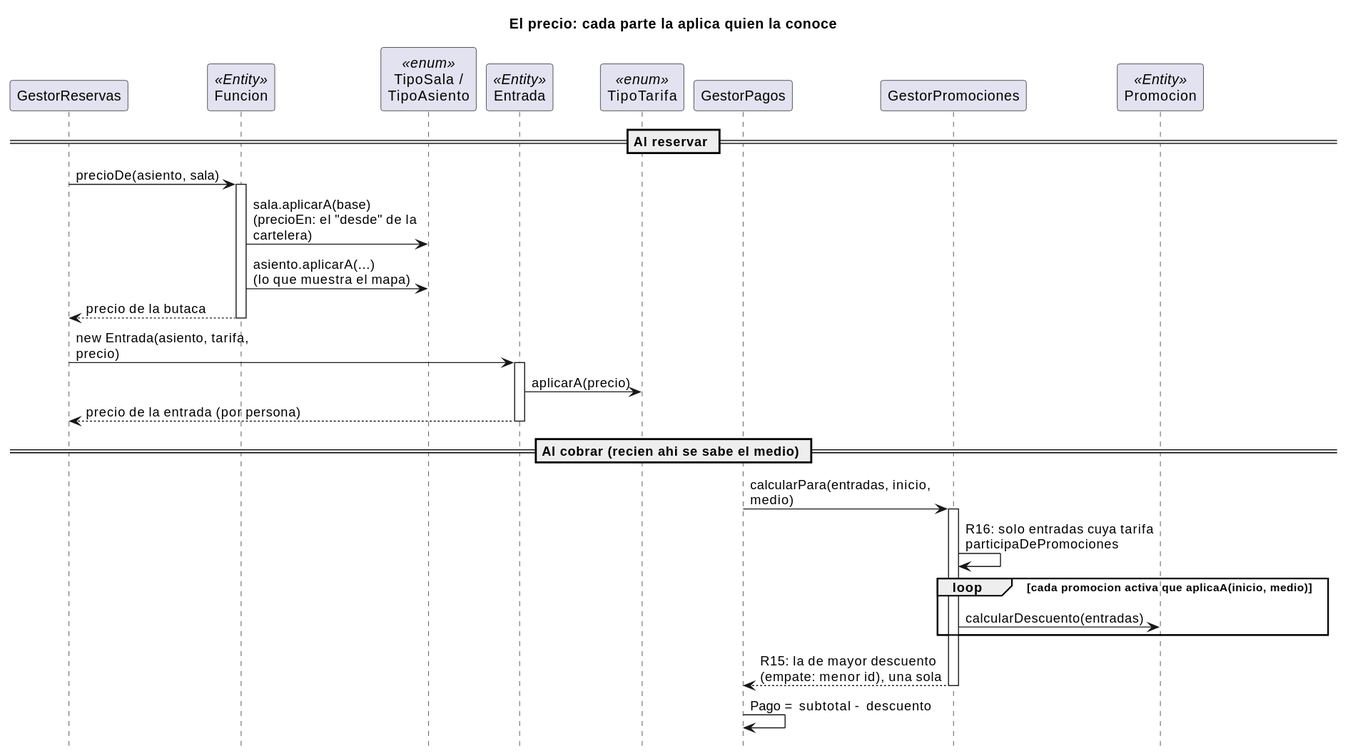
Before: _other/docs/diagramas/precio-entrada.svg, a diagram exported from PlantUML (andreiveisuade/cine-uade). Its diagram source:
```plantuml
@startuml
title El precio: cada parte la aplica quien la conoce

skinparam sequenceMessageAlign left
skinparam maxMessageSize 220
hide footbox

participant "GestorReservas" as GR
participant "Funcion" as F <<Entity>>
participant "TipoSala /\nTipoAsiento" as TS <<enum>>
participant "Entrada" as E <<Entity>>
participant "TipoTarifa" as TT <<enum>>
participant "GestorPagos" as GP
participant "GestorPromociones" as PR
participant "Promocion" as P <<Entity>>

== Al reservar ==
GR -> F : precioDe(asiento, sala)
activate F
F -> TS : sala.aplicarA(base)\n(precioEn: el "desde" de la cartelera)
F -> TS : asiento.aplicarA(...)\n(lo que muestra el mapa)
F --> GR : precio de la butaca
deactivate F
GR -> E : new Entrada(asiento, tarifa, precio)
activate E
E -> TT : aplicarA(precio)
E --> GR : precio de la entrada (por persona)
deactivate E

== Al cobrar (recien ahi se sabe el medio) ==
GP -> PR : calcularPara(entradas, inicio, medio)
activate PR
PR -> PR : R16: solo entradas cuya tarifa\nparticipaDePromociones
loop cada promocion activa que aplicaA(inicio, medio)
  PR -> P : calcularDescuento(entradas)
end
PR --> GP : R15: la de mayor descuento\n(empate: menor id), una sola
deactivate PR
GP -> GP : Pago = subtotal - descuento
@enduml
```
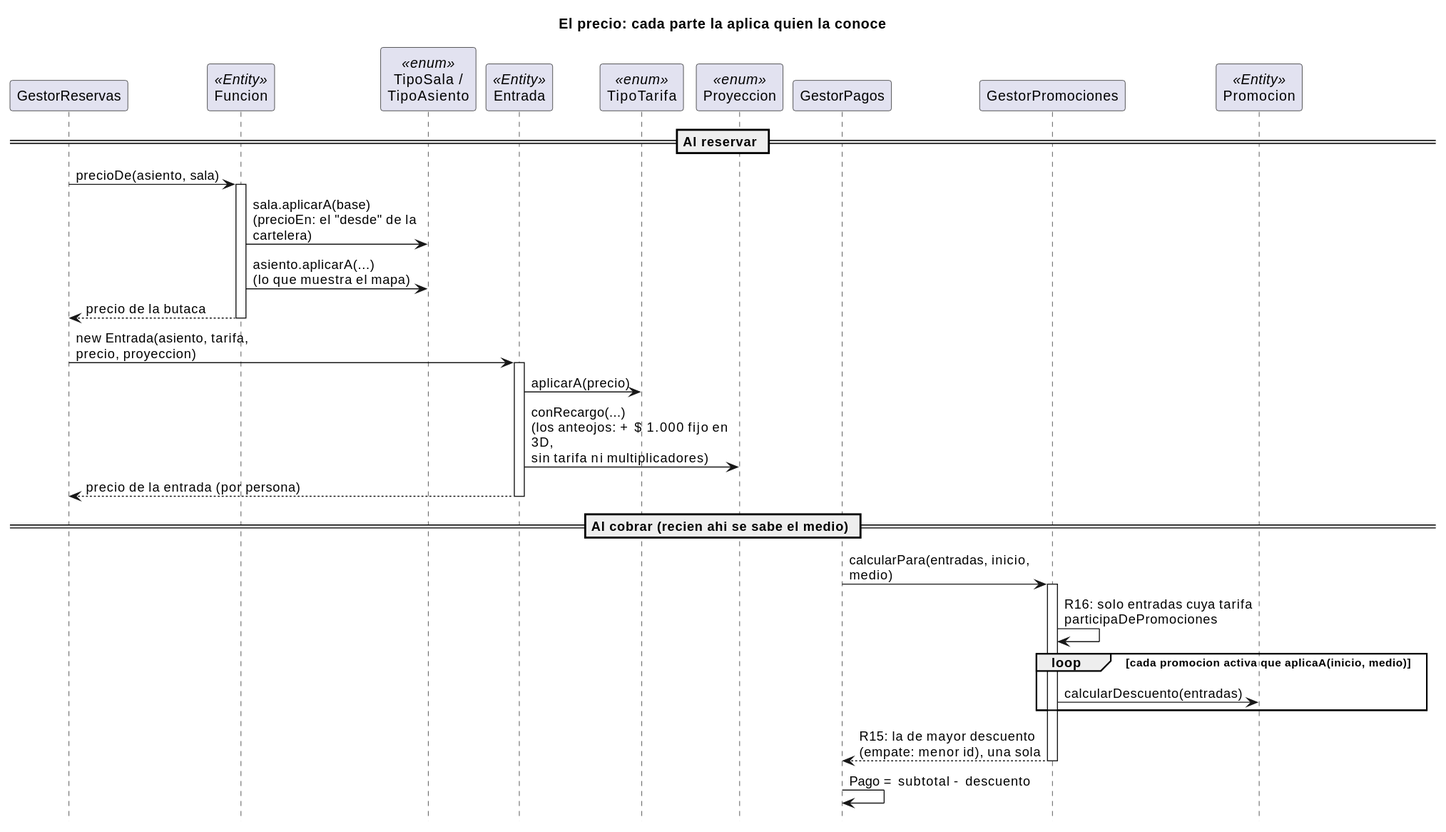
Above is the later version.

Change to the diagram source:
```diff
@@ -10,6 +10,7 @@
 participant "TipoSala /\nTipoAsiento" as TS <<enum>>
 participant "Entrada" as E <<Entity>>
 participant "TipoTarifa" as TT <<enum>>
+participant "Proyeccion" as PY <<enum>>
 participant "GestorPagos" as GP
 participant "GestorPromociones" as PR
 participant "Promocion" as P <<Entity>>
@@ -21,9 +22,10 @@
 F -> TS : asiento.aplicarA(...)\n(lo que muestra el mapa)
 F --> GR : precio de la butaca
 deactivate F
-GR -> E : new Entrada(asiento, tarifa, precio)
+GR -> E : new Entrada(asiento, tarifa, precio, proyeccion)
 activate E
 E -> TT : aplicarA(precio)
+E -> PY : conRecargo(...)\n(los anteojos: + $ 1.000 fijo en 3D,\nsin tarifa ni multiplicadores)
 E --> GR : precio de la entrada (por persona)
 deactivate E
 
```
